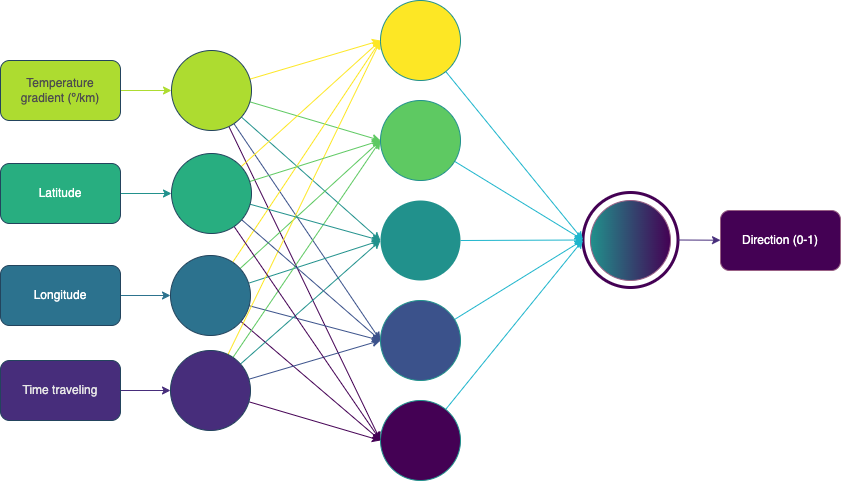
Before: ann_pygos.png, a diagram exported from draw.io (HelenaAH30/pygoscelisantarcticus_ai). Source tidied: cells renumbered, new cells last; positions are measured from the earlier drawing's top-left corner, leaving out a move shared by most shapes.
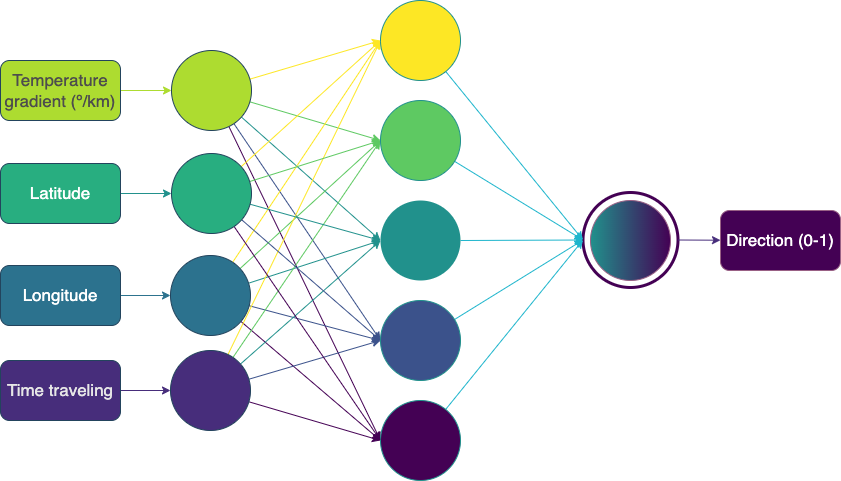
After the change.

Commit message:
[UPD] figures - text size

Diff of the diagram source:
```diff
@@ -62,19 +62,19 @@
     <mxCell id="21" style="edgeStyle=none;html=1;strokeColor=#ADDC30;" parent="1" edge="1" source="22" target="8">
       <mxGeometry relative="1" as="geometry" />
     </mxCell>
-    <mxCell id="22" value="Temperature&lt;br&gt;gradient (º/km)" style="rounded=1;whiteSpace=wrap;html=1;fillColor=#ADDC30;strokeColor=#23445d;gradientColor=none;gradientDirection=east;fontColor=#4D4D4D;labelBorderColor=none;labelBackgroundColor=none;" parent="1" vertex="1">
+    <mxCell id="22" value="Temperature&lt;br style=&quot;font-size: 17px;&quot;&gt;gradient (º/km)" style="rounded=1;whiteSpace=wrap;html=1;fillColor=#ADDC30;strokeColor=#23445d;gradientColor=none;gradientDirection=east;fontColor=#4D4D4D;labelBorderColor=none;labelBackgroundColor=none;fontSize=17;" parent="1" vertex="1">
       <mxGeometry y="60" width="120" height="60" as="geometry" />
     </mxCell>
     <mxCell id="23" style="edgeStyle=none;html=1;strokeColor=#2C728E;fontColor=#E6E6E6;" parent="1" edge="1" source="24" target="14">
       <mxGeometry relative="1" as="geometry" />
     </mxCell>
-    <mxCell id="24" value="Longitude" style="rounded=1;whiteSpace=wrap;html=1;fillColor=#2C728E;strokeColor=#23445d;gradientColor=none;gradientDirection=east;fontColor=#FFFFFF;" parent="1" vertex="1">
+    <mxCell id="24" value="Longitude" style="rounded=1;whiteSpace=wrap;html=1;fillColor=#2C728E;strokeColor=#23445d;gradientColor=none;gradientDirection=east;fontColor=#FFFFFF;fontSize=17;" parent="1" vertex="1">
       <mxGeometry y="265" width="120" height="60" as="geometry" />
     </mxCell>
     <mxCell id="25" style="edgeStyle=none;html=1;strokeColor=#472D7B;fontColor=#E6E6E6;" parent="1" edge="1" source="26" target="20">
       <mxGeometry relative="1" as="geometry" />
     </mxCell>
-    <mxCell id="26" value="Time traveling" style="rounded=1;whiteSpace=wrap;html=1;fillColor=#472D7B;strokeColor=#23445d;gradientColor=none;gradientDirection=east;fontColor=#E6E6E6;" parent="1" vertex="1">
+    <mxCell id="26" value="Time traveling" style="rounded=1;whiteSpace=wrap;html=1;fillColor=#472D7B;strokeColor=#23445d;gradientColor=none;gradientDirection=east;fontColor=#E6E6E6;fontSize=17;" parent="1" vertex="1">
       <mxGeometry y="360" width="120" height="60" as="geometry" />
     </mxCell>
     <mxCell id="27" style="edgeStyle=none;html=1;entryX=0;entryY=0.5;entryDx=0;entryDy=0;strokeColor=#1EB5CC;" parent="1" edge="1" source="28" target="2">
@@ -95,7 +95,7 @@
     <mxCell id="32" style="ellipse;whiteSpace=wrap;html=1;fillColor=#21918C;strokeColor=#996185;gradientColor=#440154;gradientDirection=east;" parent="1" vertex="1">
       <mxGeometry x="590" y="200" width="80" height="80" as="geometry" />
     </mxCell>
-    <mxCell id="33" value="Direction (0-1)" style="rounded=1;whiteSpace=wrap;html=1;fillColor=#440154;strokeColor=#996185;gradientColor=none;fontColor=#FFFFFF;" parent="1" vertex="1">
+    <mxCell id="33" value="Direction (0-1)" style="rounded=1;whiteSpace=wrap;html=1;fillColor=#440154;strokeColor=#996185;gradientColor=none;fontColor=#FFFFFF;fontSize=17;" parent="1" vertex="1">
       <mxGeometry x="720" y="210" width="120" height="60" as="geometry" />
     </mxCell>
     <mxCell id="34" style="edgeStyle=none;html=1;entryX=0;entryY=0.5;entryDx=0;entryDy=0;strokeColor=#1EB5CC;" parent="1" edge="1" source="35" target="2">
@@ -137,7 +137,7 @@
     <mxCell id="46" style="edgeStyle=none;html=1;strokeColor=#21918C;" parent="1" edge="1" source="47" target="45">
       <mxGeometry relative="1" as="geometry" />
     </mxCell>
-    <mxCell id="47" value="Latitude" style="rounded=1;whiteSpace=wrap;html=1;fillColor=#28AE80;strokeColor=#23445d;gradientColor=none;gradientDirection=east;fontColor=#FFFFFF;" parent="1" vertex="1">
+    <mxCell id="47" value="Latitude" style="rounded=1;whiteSpace=wrap;html=1;fillColor=#28AE80;strokeColor=#23445d;gradientColor=none;gradientDirection=east;fontColor=#FFFFFF;fontSize=17;" parent="1" vertex="1">
       <mxGeometry y="163" width="120" height="60" as="geometry" />
     </mxCell>
   </root>
```
